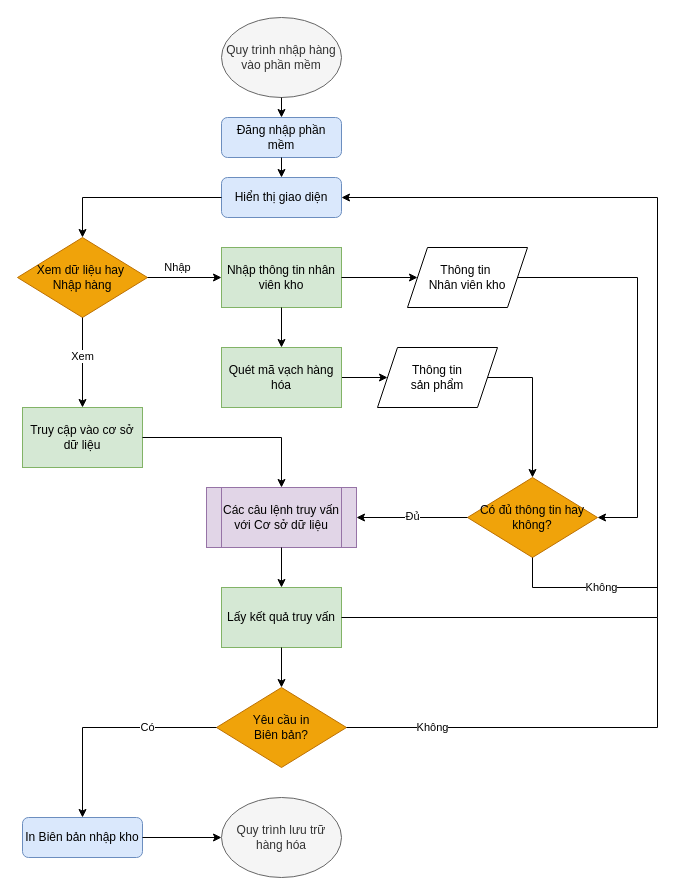
Above: Untitled Diagram.drawio in TuanPham0411/shop_inventory (draw.io), before the change. Source tidied: cells renumbered, new cells numbered last; positions are measured from the earlier drawing's top-left corner, leaving out a move shared by most shapes. Both pictures are drawn from the tidied source at 100%, with x=0, y=0 at pixel (17, 17).
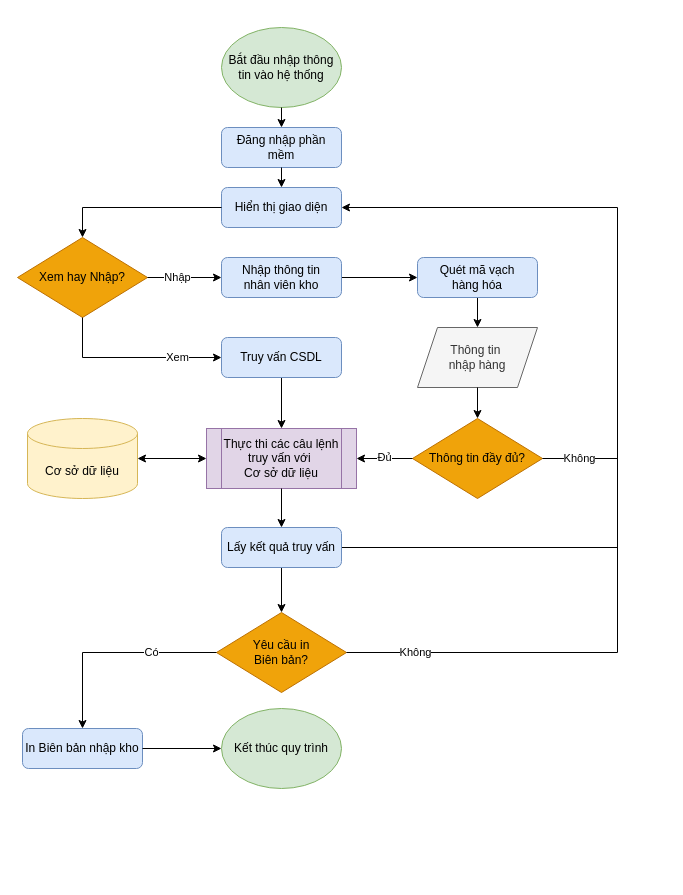
The same page after the edit.

What changed in the source:
```diff
@@
     <mxCell id="2" value="Hiển thị giao diện" style="rounded=1;whiteSpace=wrap;html=1;fontSize=12;glass=0;strokeWidth=1;shadow=0;fillColor=#dae8fc;strokeColor=#6c8ebf;" parent="1" vertex="1">
-      <mxGeometry x="204" y="160" width="120" height="40" as="geometry" />
+      <mxGeometry x="204" y="170" width="120" height="40" as="geometry" />
     </mxCell>
-    <mxCell id="3" value="Quy trình nhập hàng vào phần mềm" style="ellipse;whiteSpace=wrap;html=1;fillColor=#f5f5f5;strokeColor=#666666;fontColor=#333333;" parent="1" vertex="1">
-      <mxGeometry x="204" width="120" height="80" as="geometry" />
+    <mxCell id="3" value="Bắt đầu nhập thông tin vào hệ thống" style="ellipse;whiteSpace=wrap;html=1;fillColor=#d5e8d4;strokeColor=#82b366;" parent="1" vertex="1">
+      <mxGeometry x="204" y="10" width="120" height="80" as="geometry" />
     </mxCell>
-    <mxCell id="4" value="Truy cập vào cơ sở dữ liệu" style="rounded=0;whiteSpace=wrap;html=1;fillColor=#d5e8d4;strokeColor=#82b366;" parent="1" vertex="1">
-      <mxGeometry x="5" y="390" width="120" height="60" as="geometry" />
-    </mxCell>
-    <mxCell id="5" value="Các câu lệnh truy vấn với Cơ sở dữ liệu" style="shape=process;whiteSpace=wrap;html=1;backgroundOutline=1;fillColor=#e1d5e7;strokeColor=#9673a6;" parent="1" vertex="1">
-      <mxGeometry x="189" y="470" width="150" height="60" as="geometry" />
+    <mxCell id="5" value="Thực thi các câu lệnh truy vấn với&amp;nbsp;&lt;div&gt;Cơ sở dữ liệu&lt;/div&gt;" style="shape=process;whiteSpace=wrap;html=1;backgroundOutline=1;fillColor=#e1d5e7;strokeColor=#9673a6;" parent="1" vertex="1">
+      <mxGeometry x="189" y="411" width="150" height="60" as="geometry" />
     </mxCell>
-    <mxCell id="6" value="Nhập thông tin nhân viên kho" style="rounded=0;whiteSpace=wrap;html=1;fillColor=#d5e8d4;strokeColor=#82b366;" parent="1" vertex="1">
-      <mxGeometry x="204" y="230" width="120" height="60" as="geometry" />
-    </mxCell>
-    <mxCell id="7" style="endArrow=classic;html=1;rounded=0;entryX=0;entryY=0.5;entryDx=0;entryDy=0;exitX=1;exitY=0.5;exitDx=0;exitDy=0;" parent="1" edge="1" source="6" target="18">
-      <mxGeometry relative="1" as="geometry" />
-    </mxCell>
-    <mxCell id="8" value="Lấy kết quả truy vấn" style="rounded=0;whiteSpace=wrap;html=1;fillColor=#d5e8d4;strokeColor=#82b366;" parent="1" vertex="1">
-      <mxGeometry x="204" y="570" width="120" height="60" as="geometry" />
-    </mxCell>
     <mxCell id="9" value="Đăng nhập phần mềm" style="rounded=1;whiteSpace=wrap;html=1;fontSize=12;glass=0;strokeWidth=1;shadow=0;fillColor=#dae8fc;strokeColor=#6c8ebf;" parent="1" vertex="1">
-      <mxGeometry x="204" y="100" width="120" height="40" as="geometry" />
+      <mxGeometry x="204" y="110" width="120" height="40" as="geometry" />
     </mxCell>
@@
-    <mxCell id="12" value="Có đủ thông tin hay không?" style="rhombus;whiteSpace=wrap;html=1;fillColor=#f0a30a;fontColor=#000000;strokeColor=#BD7000;" parent="1" vertex="1">
-      <mxGeometry x="450" y="460" width="130" height="80" as="geometry" />
+    <mxCell id="12" value="Thông tin đầy đủ?" style="rhombus;whiteSpace=wrap;html=1;fillColor=#f0a30a;fontColor=#000000;strokeColor=#BD7000;" parent="1" vertex="1">
+      <mxGeometry x="395" y="401" width="130" height="80" as="geometry" />
     </mxCell>
     <mxCell id="13" value="In Biên bản nhập kho" style="rounded=1;whiteSpace=wrap;html=1;fontSize=12;glass=0;strokeWidth=1;shadow=0;fillColor=#dae8fc;strokeColor=#6c8ebf;" parent="1" vertex="1">
-      <mxGeometry x="5" y="800" width="120" height="40" as="geometry" />
+      <mxGeometry x="5" y="711" width="120" height="40" as="geometry" />
     </mxCell>
-    <mxCell id="14" value="Quy trình lưu trữ hàng hóa" style="ellipse;whiteSpace=wrap;html=1;fillColor=#f5f5f5;strokeColor=#666666;fontColor=#333333;" parent="1" vertex="1">
-      <mxGeometry x="204" y="780" width="120" height="80" as="geometry" />
+    <mxCell id="14" value="Kết thúc quy trình" style="ellipse;whiteSpace=wrap;html=1;fillColor=#d5e8d4;strokeColor=#82b366;" parent="1" vertex="1">
+      <mxGeometry x="204" y="691" width="120" height="80" as="geometry" />
     </mxCell>
     <mxCell id="15" value="Yêu cầu in&lt;div&gt;Biên bản?&lt;/div&gt;" style="rhombus;whiteSpace=wrap;html=1;fillColor=#f0a30a;fontColor=#000000;strokeColor=#BD7000;" parent="1" vertex="1">
-      <mxGeometry x="199" y="670" width="130" height="80" as="geometry" />
+      <mxGeometry x="199" y="595" width="130" height="80" as="geometry" />
     </mxCell>
-    <mxCell id="16" style="endArrow=classic;html=1;rounded=0;entryX=0;entryY=0.5;entryDx=0;entryDy=0;exitX=1;exitY=0.5;exitDx=0;exitDy=0;" parent="1" edge="1" target="19">
-      <mxGeometry relative="1" as="geometry">
-        <mxPoint x="324" y="360" as="sourcePoint" />
-      </mxGeometry>
-    </mxCell>
-    <mxCell id="17" value="Xem dữ liệu hay&amp;nbsp;&lt;div&gt;Nhập hàng&lt;/div&gt;" style="rhombus;whiteSpace=wrap;html=1;fillColor=#f0a30a;fontColor=#000000;strokeColor=#BD7000;" parent="1" vertex="1">
+    <mxCell id="17" value="Xem hay Nhập?" style="rhombus;whiteSpace=wrap;html=1;fillColor=#f0a30a;fontColor=#000000;strokeColor=#BD7000;" parent="1" vertex="1">
       <mxGeometry y="220" width="130" height="80" as="geometry" />
     </mxCell>
-    <mxCell id="18" value="Thông tin&amp;nbsp;&lt;div&gt;Nhân viên kho&lt;/div&gt;" style="shape=parallelogram;perimeter=parallelogramPerimeter;whiteSpace=wrap;html=1;fixedSize=1;" parent="1" vertex="1">
-      <mxGeometry x="390" y="230" width="120" height="60" as="geometry" />
+    <mxCell id="18" value="Thông tin&amp;nbsp;&lt;div&gt;nhập hàng&lt;/div&gt;" style="shape=parallelogram;perimeter=parallelogramPerimeter;whiteSpace=wrap;html=1;fixedSize=1;fillColor=#f5f5f5;fontColor=#333333;strokeColor=#666666;" parent="1" vertex="1">
+      <mxGeometry x="400" y="310" width="120" height="60" as="geometry" />
     </mxCell>
-    <mxCell id="19" value="Thông tin&lt;div&gt;sản phẩm&lt;/div&gt;" style="shape=parallelogram;perimeter=parallelogramPerimeter;whiteSpace=wrap;html=1;fixedSize=1;" parent="1" vertex="1">
-      <mxGeometry x="360" y="330" width="120" height="60" as="geometry" />
-    </mxCell>
     <mxCell id="20" style="endArrow=classic;html=1;rounded=0;entryX=0.5;entryY=0;entryDx=0;entryDy=0;exitX=0;exitY=0.5;exitDx=0;exitDy=0;" parent="1" edge="1" source="2" target="17">
       <mxGeometry relative="1" as="geometry">
         <Array as="points">
-          <mxPoint x="65" y="180" />
+          <mxPoint x="65" y="190" />
         </Array>
       </mxGeometry>
     </mxCell>
-    <mxCell id="21" value="Quét mã vạch hàng hóa" style="rounded=0;whiteSpace=wrap;html=1;fillColor=#d5e8d4;strokeColor=#82b366;" parent="1" vertex="1">
-      <mxGeometry x="204" y="330" width="120" height="60" as="geometry" />
-    </mxCell>
-    <mxCell id="22" value="Nhập" style="endArrow=classic;html=1;rounded=0;entryX=0;entryY=0.5;entryDx=0;entryDy=0;exitX=1;exitY=0.5;exitDx=0;exitDy=0;" parent="1" edge="1" source="17" target="6">
-      <mxGeometry x="-0.19" y="10" relative="1" as="geometry" />
+    <mxCell id="22" value="Nhập" style="endArrow=classic;html=1;rounded=0;entryX=0;entryY=0.5;entryDx=0;entryDy=0;exitX=1;exitY=0.5;exitDx=0;exitDy=0;" parent="1" edge="1" source="17">
+      <mxGeometry x="-0.19" relative="1" as="geometry">
+        <mxPoint x="204" y="260" as="targetPoint" />
+      </mxGeometry>
     </mxCell>
-    <mxCell id="23" value="Xem" style="endArrow=classic;html=1;rounded=0;entryX=0.5;entryY=0;entryDx=0;entryDy=0;exitX=0.5;exitY=1;exitDx=0;exitDy=0;" parent="1" edge="1" source="17" target="4">
-      <mxGeometry x="-0.14" relative="1" as="geometry" />
+    <mxCell id="23" value="Xem" style="endArrow=classic;html=1;rounded=0;entryX=0;entryY=0.5;entryDx=0;entryDy=0;exitX=0.5;exitY=1;exitDx=0;exitDy=0;" parent="1" edge="1" source="17" target="42">
+      <mxGeometry x="0.51" relative="1" as="geometry">
+        <Array as="points">
+          <mxPoint x="65" y="340" />
+        </Array>
+      </mxGeometry>
     </mxCell>
-    <mxCell id="24" style="endArrow=classic;html=1;rounded=0;entryX=0.5;entryY=0;entryDx=0;entryDy=0;exitX=1;exitY=0.5;exitDx=0;exitDy=0;" parent="1" edge="1" source="4" target="5">
-      <mxGeometry relative="1" as="geometry">
-        <Array as="points">
-          <mxPoint x="264" y="420" />
-        </Array>
-      </mxGeometry>
+    <mxCell id="24" style="endArrow=classic;html=1;rounded=0;entryX=0.5;entryY=0;entryDx=0;entryDy=0;exitX=0.5;exitY=1;exitDx=0;exitDy=0;" parent="1" edge="1" source="42" target="5">
+      <mxGeometry relative="1" as="geometry" />
     </mxCell>
     <mxCell id="25" value="Đủ" style="endArrow=classic;html=1;rounded=0;entryX=1;entryY=0.5;entryDx=0;entryDy=0;exitX=0;exitY=0.5;exitDx=0;exitDy=0;" parent="1" edge="1" source="12" target="5">
       <mxGeometry x="-0.01" relative="1" as="geometry">
-        <Array as="points">
-          <mxPoint x="400" y="500" />
-        </Array>
         <mxPoint y="-1" as="offset" />
       </mxGeometry>
     </mxCell>
-    <mxCell id="26" style="endArrow=classic;html=1;rounded=0;entryX=0.5;entryY=0;entryDx=0;entryDy=0;exitX=1;exitY=0.5;exitDx=0;exitDy=0;" parent="1" edge="1" source="19" target="12">
-      <mxGeometry relative="1" as="geometry">
-        <Array as="points">
-          <mxPoint x="515" y="360" />
-        </Array>
-      </mxGeometry>
-    </mxCell>
-    <mxCell id="27" style="endArrow=classic;html=1;rounded=0;entryX=1;entryY=0.5;entryDx=0;entryDy=0;exitX=1;exitY=0.5;exitDx=0;exitDy=0;" parent="1" edge="1" source="18" target="12">
-      <mxGeometry relative="1" as="geometry">
-        <Array as="points">
-          <mxPoint x="620" y="260" />
-          <mxPoint x="620" y="500" />
-        </Array>
-      </mxGeometry>
-    </mxCell>
@@
     <mxCell id="30" value="Có" style="endArrow=classic;html=1;rounded=0;exitX=0;exitY=0.5;exitDx=0;exitDy=0;entryX=0.5;entryY=0;entryDx=0;entryDy=0;" parent="1" edge="1" source="15" target="13">
       <mxGeometry x="-0.38" relative="1" as="geometry">
         <Array as="points">
-          <mxPoint x="65" y="710" />
+          <mxPoint x="65" y="635" />
         </Array>
       </mxGeometry>
     </mxCell>
-    <mxCell id="31" style="endArrow=classic;html=1;rounded=0;exitX=1;exitY=0.5;exitDx=0;exitDy=0;entryX=1;entryY=0.5;entryDx=0;entryDy=0;" parent="1" edge="1" source="8" target="2">
-      <mxGeometry relative="1" as="geometry">
-        <Array as="points">
-          <mxPoint x="640" y="600" />
-          <mxPoint x="640" y="180" />
-        </Array>
-      </mxGeometry>
-    </mxCell>
-    <mxCell id="32" value="Không" style="endArrow=none;html=1;rounded=0;exitX=1;exitY=0.5;exitDx=0;exitDy=0;" parent="1" edge="1" source="15">
-      <mxGeometry x="-0.59" relative="1" as="geometry">
-        <mxPoint x="640" y="600" as="targetPoint" />
-        <Array as="points">
-          <mxPoint x="640" y="710" />
-        </Array>
-      </mxGeometry>
-    </mxCell>
-    <mxCell id="33" value="Không" style="endArrow=none;html=1;rounded=0;entryX=0.5;entryY=1;entryDx=0;entryDy=0;" parent="1" edge="1" target="12">
-      <mxGeometry x="-0.28" relative="1" as="geometry">
-        <mxPoint x="640" y="570" as="sourcePoint" />
-        <Array as="points">
-          <mxPoint x="515" y="570" />
-        </Array>
-      </mxGeometry>
-    </mxCell>
@@
-    <mxCell id="35" style="endArrow=classic;html=1;rounded=0;entryX=0.5;entryY=0;entryDx=0;entryDy=0;exitX=0.5;exitY=1;exitDx=0;exitDy=0;" parent="1" edge="1" source="6" target="21">
-      <mxGeometry relative="1" as="geometry" />
+    <mxCell id="35" style="endArrow=classic;html=1;rounded=0;entryX=0;entryY=0.5;entryDx=0;entryDy=0;exitX=1;exitY=0.5;exitDx=0;exitDy=0;" parent="1" edge="1">
+      <mxGeometry relative="1" as="geometry">
+        <mxPoint x="324" y="260" as="sourcePoint" />
+        <mxPoint x="400" y="260" as="targetPoint" />
+      </mxGeometry>
     </mxCell>
+    <mxCell id="36" value="Cơ sở dữ liệu" style="shape=cylinder3;whiteSpace=wrap;html=1;boundedLbl=1;backgroundOutline=1;size=15;fillColor=#fff2cc;strokeColor=#d6b656;" parent="1" vertex="1">
+      <mxGeometry x="10" y="401" width="110" height="80" as="geometry" />
+    </mxCell>
+    <mxCell id="37" style="endArrow=classic;startArrow=classic;html=1;rounded=0;exitX=1;exitY=0.5;exitDx=0;exitDy=0;exitPerimeter=0;entryX=0;entryY=0.5;entryDx=0;entryDy=0;" parent="1" edge="1" source="36" target="5">
+      <mxGeometry relative="1" as="geometry" />
+    </mxCell>
+    <mxCell id="38" value="Không" style="endArrow=classic;html=1;rounded=0;entryX=1;entryY=0.5;entryDx=0;entryDy=0;exitX=1;exitY=0.5;exitDx=0;exitDy=0;" parent="1" edge="1" source="15" target="2">
+      <mxGeometry x="-0.86" relative="1" as="geometry">
+        <Array as="points">
+          <mxPoint x="600" y="635" />
+          <mxPoint x="600" y="190" />
+        </Array>
+      </mxGeometry>
+    </mxCell>
+    <mxCell id="39" style="endArrow=none;html=1;rounded=0;entryX=1;entryY=0.5;entryDx=0;entryDy=0;entryPerimeter=0;" parent="1" edge="1" target="8">
+      <mxGeometry relative="1" as="geometry">
+        <mxPoint x="600" y="530" as="sourcePoint" />
+      </mxGeometry>
+    </mxCell>
+    <mxCell id="27" style="endArrow=classic;html=1;rounded=0;entryX=0.5;entryY=0;entryDx=0;entryDy=0;exitX=0.5;exitY=1;exitDx=0;exitDy=0;" parent="1" edge="1" source="18" target="12">
+      <mxGeometry relative="1" as="geometry" />
+    </mxCell>
+    <mxCell id="40" style="endArrow=classic;html=1;rounded=0;entryX=0.5;entryY=0;entryDx=0;entryDy=0;exitX=0.5;exitY=1;exitDx=0;exitDy=0;" parent="1" edge="1" target="18">
+      <mxGeometry relative="1" as="geometry">
+        <mxPoint x="460" y="290" as="sourcePoint" />
+        <Array as="points">
+          <mxPoint x="460" y="280" />
+        </Array>
+      </mxGeometry>
+    </mxCell>
+    <mxCell id="41" value="Không" style="endArrow=none;html=1;rounded=0;entryX=1;entryY=0.5;entryDx=0;entryDy=0;" parent="1" edge="1" target="12">
+      <mxGeometry relative="1" as="geometry">
+        <mxPoint x="600" y="441" as="sourcePoint" />
+      </mxGeometry>
+    </mxCell>
+    <mxCell id="8" value="Lấy kết quả truy vấn" style="rounded=1;whiteSpace=wrap;html=1;fontSize=12;glass=0;strokeWidth=1;shadow=0;fillColor=#dae8fc;strokeColor=#6c8ebf;" parent="1" vertex="1">
+      <mxGeometry x="204" y="510" width="120" height="40" as="geometry" />
+    </mxCell>
+    <mxCell id="21" value="Quét mã vạch&lt;div&gt;hàng hóa&lt;/div&gt;" style="rounded=1;whiteSpace=wrap;html=1;fontSize=12;glass=0;strokeWidth=1;shadow=0;fillColor=#dae8fc;strokeColor=#6c8ebf;" parent="1" vertex="1">
+      <mxGeometry x="400" y="240" width="120" height="40" as="geometry" />
+    </mxCell>
+    <mxCell id="42" value="Truy vấn CSDL" style="rounded=1;whiteSpace=wrap;html=1;fontSize=12;glass=0;strokeWidth=1;shadow=0;fillColor=#dae8fc;strokeColor=#6c8ebf;" parent="1" vertex="1">
+      <mxGeometry x="204" y="320" width="120" height="40" as="geometry" />
+    </mxCell>
+    <mxCell id="6" value="Nhập thông tin&lt;div&gt;nhân viên kho&lt;/div&gt;" style="rounded=1;whiteSpace=wrap;html=1;fontSize=12;glass=0;strokeWidth=1;shadow=0;fillColor=#dae8fc;strokeColor=#6c8ebf;" parent="1" vertex="1">
+      <mxGeometry x="204" y="240" width="120" height="40" as="geometry" />
+    </mxCell>
```
